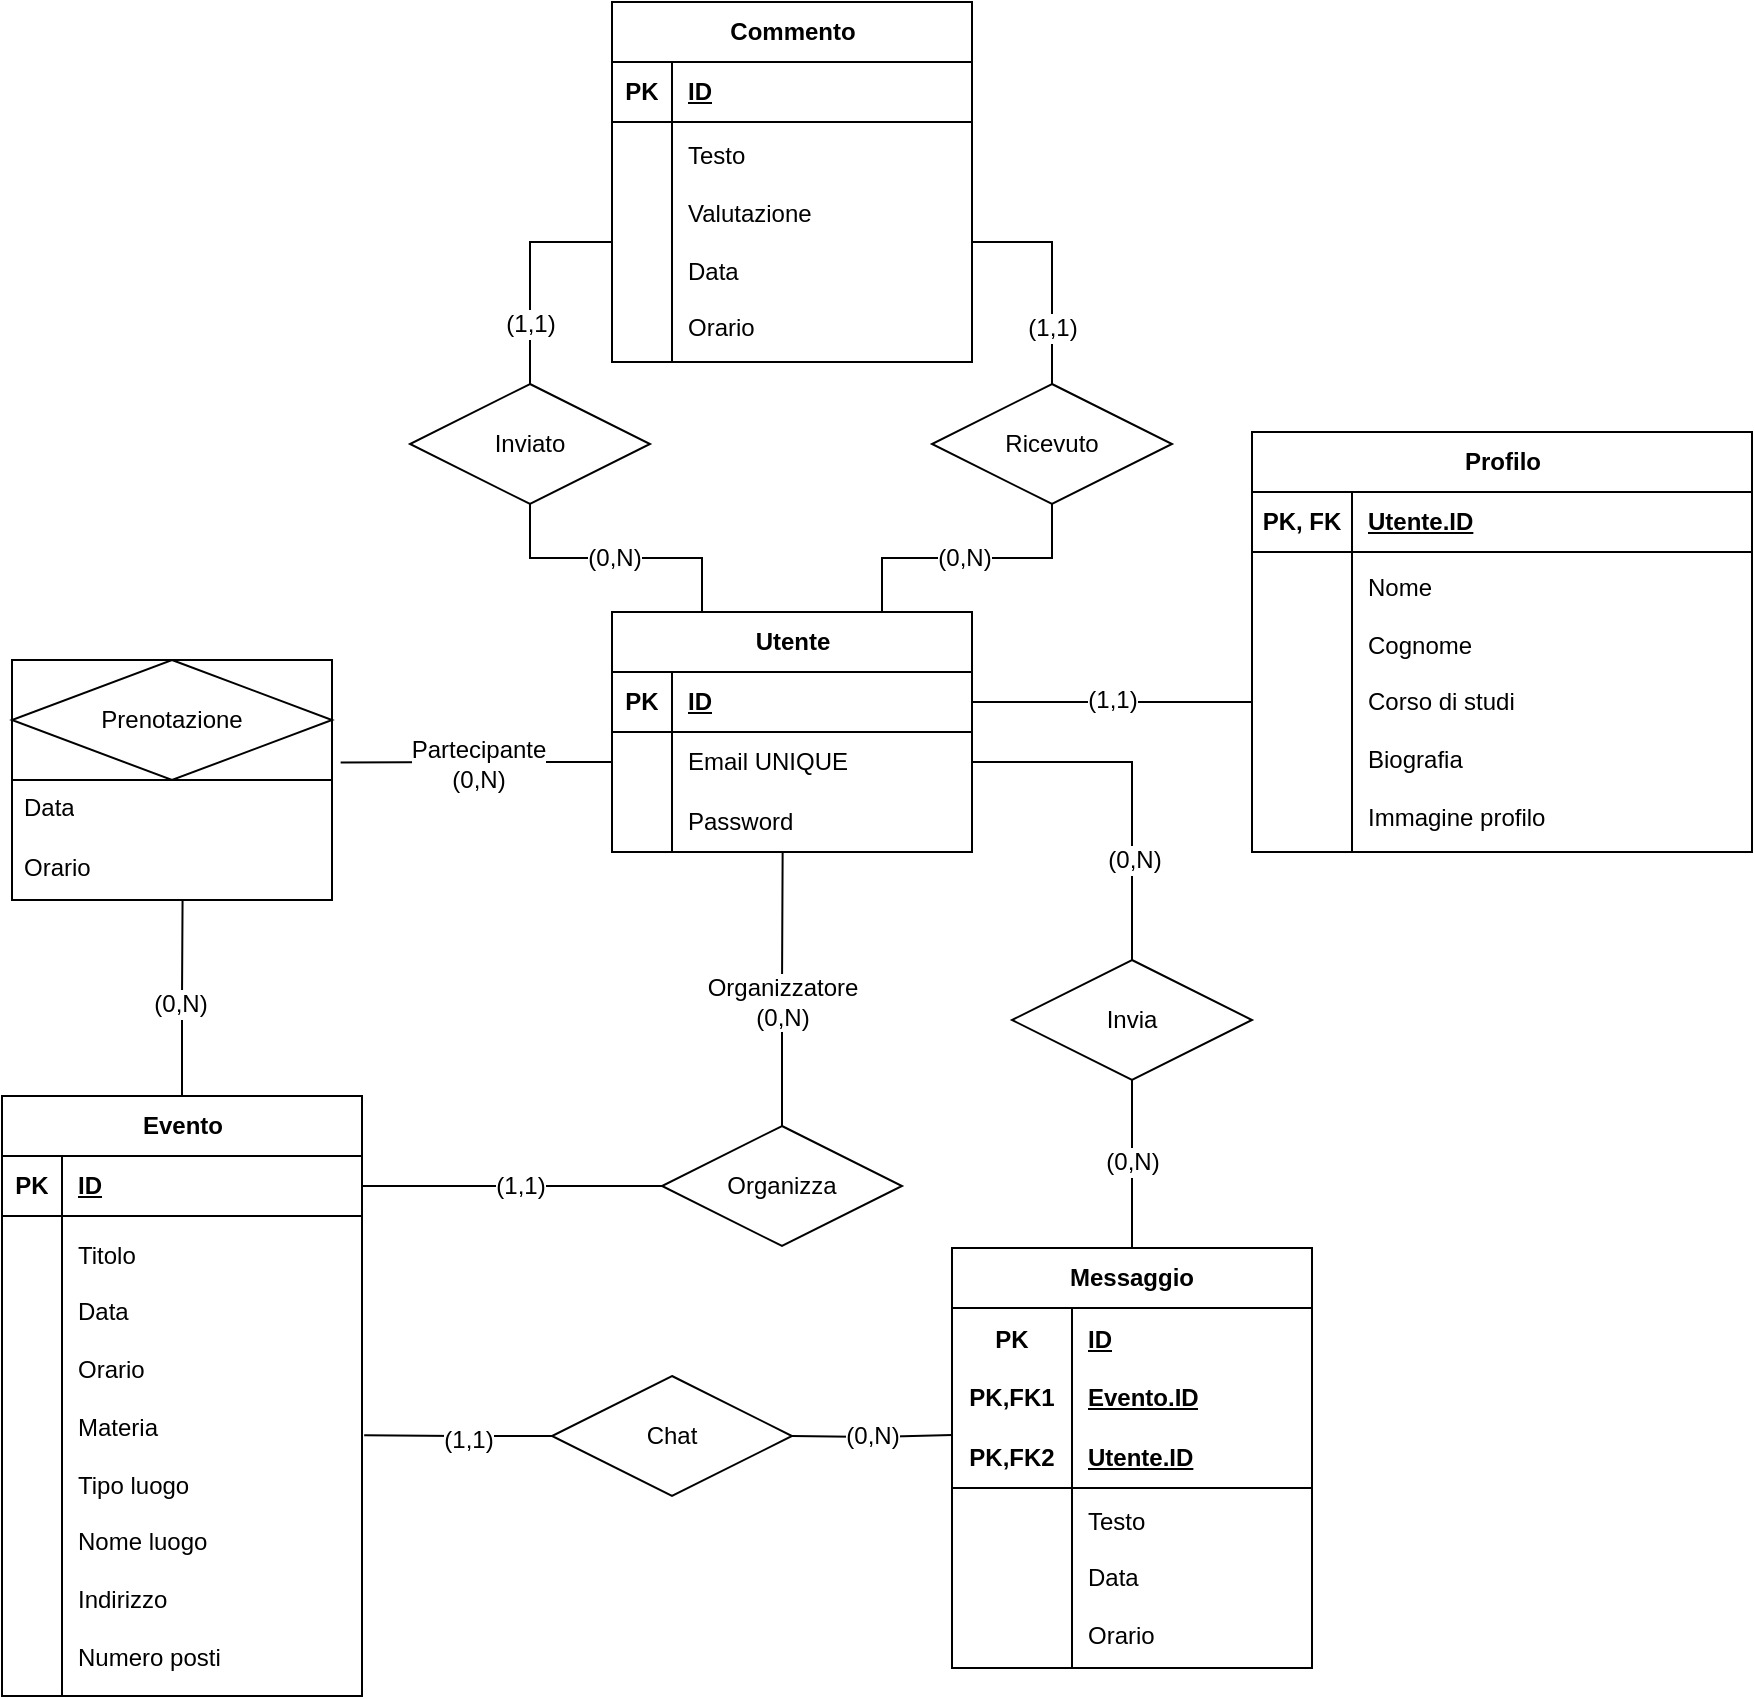
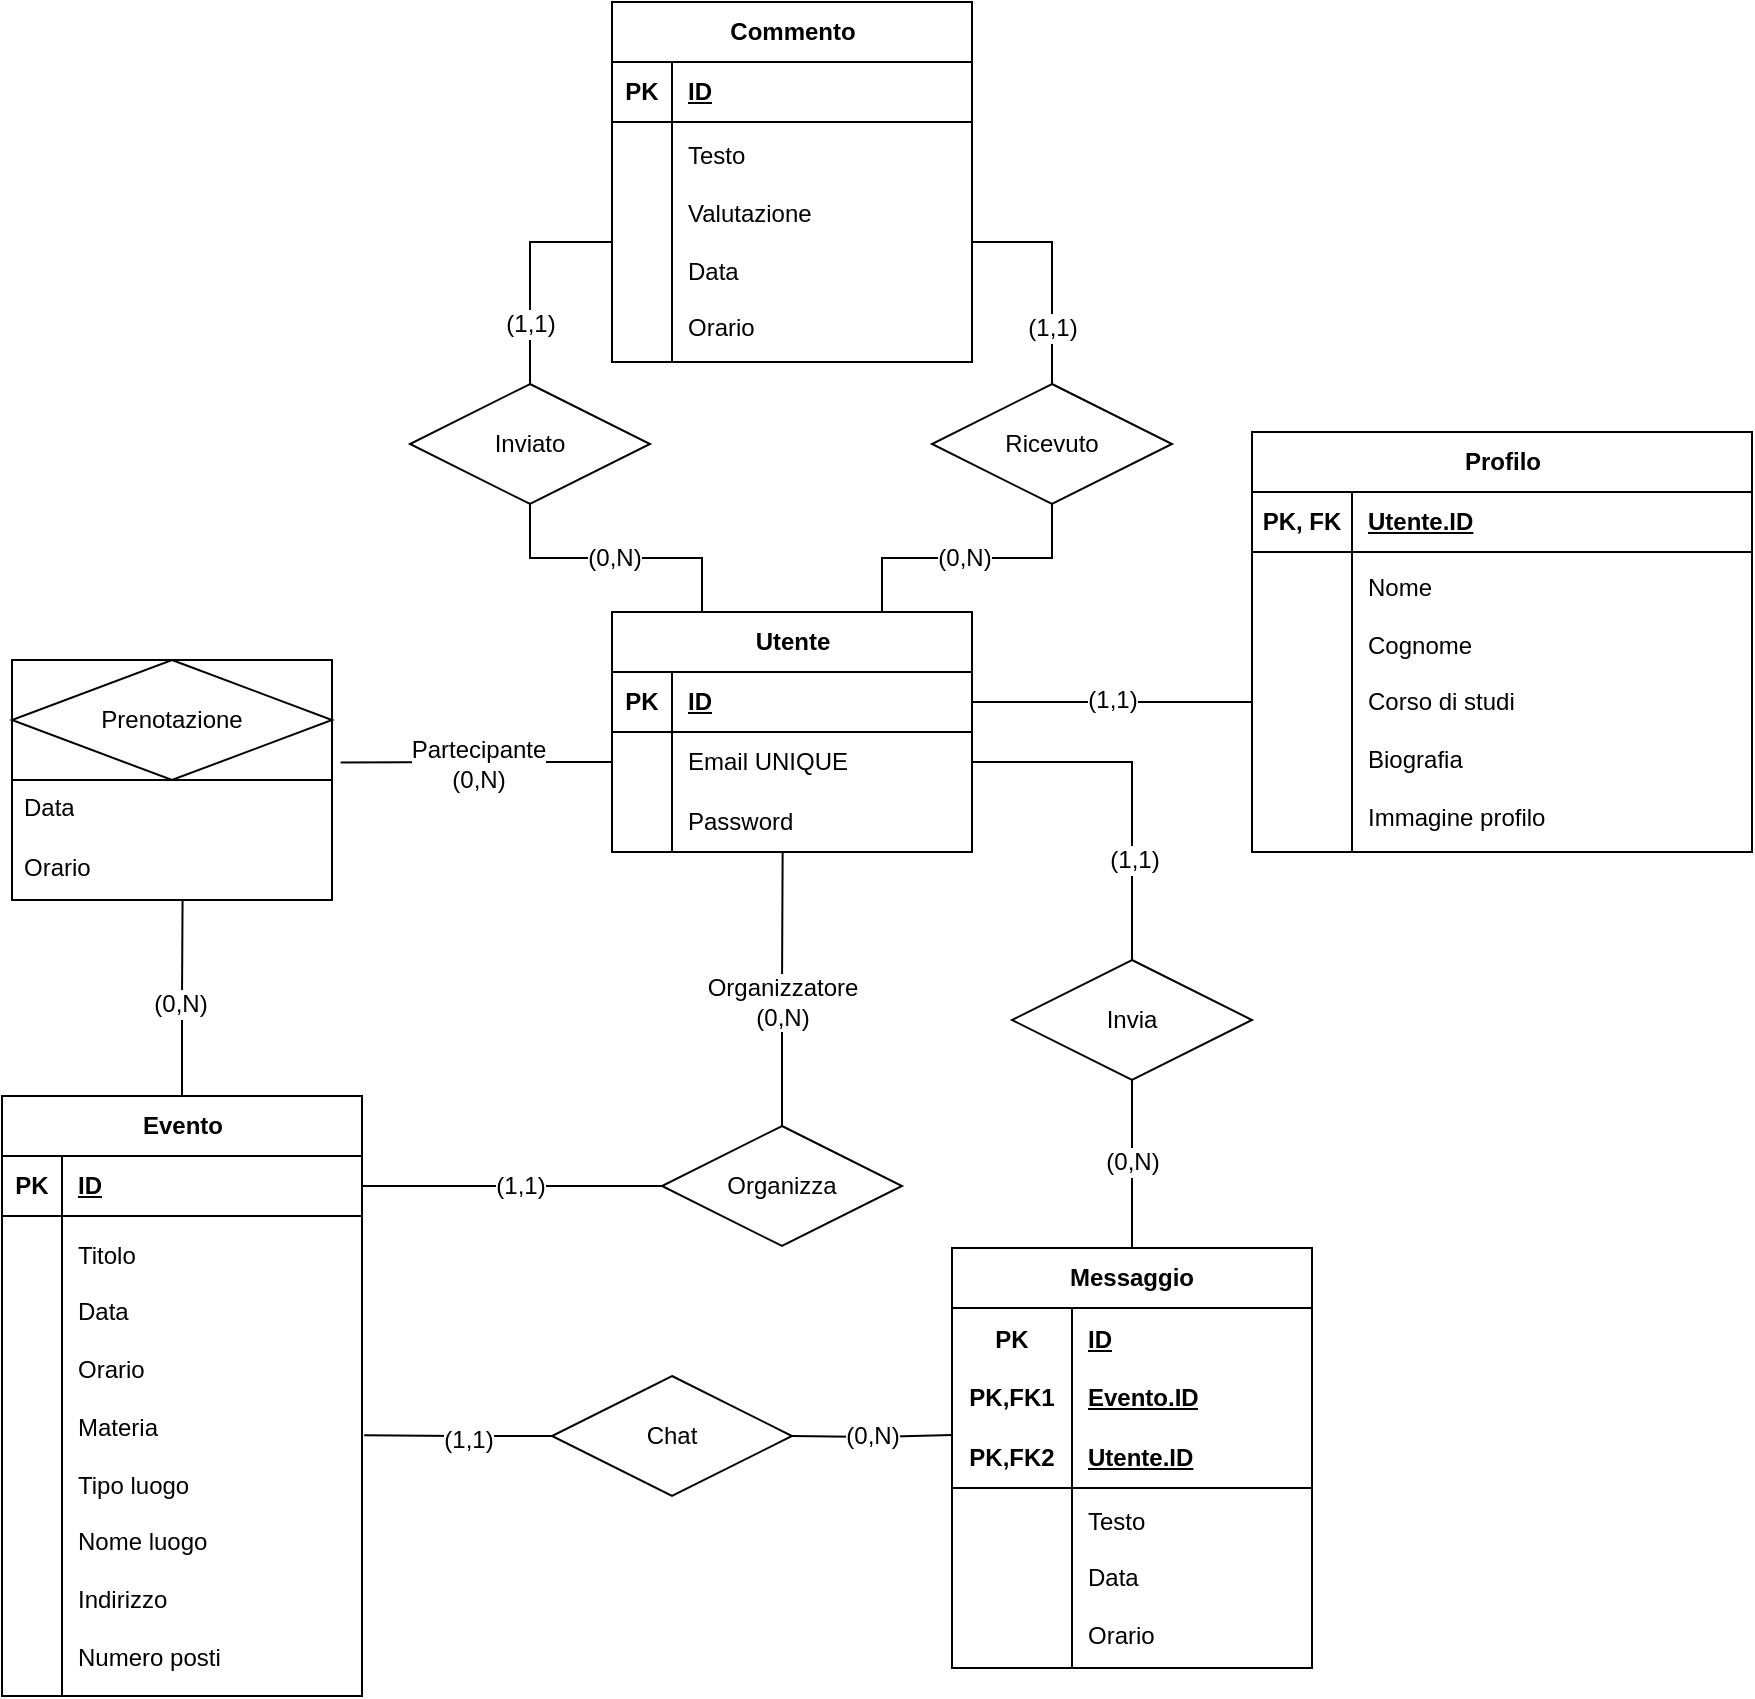
<mxfile host="app.diagrams.net">
  <diagram name="Pagina-1" id="zTTALqqD8f6o9x6lKQ23">
-     <mxGraphModel dx="2481" dy="1980" grid="1" gridSize="10" guides="1" tooltips="1" connect="1" arrows="1" fold="1" page="1" pageScale="1" pageWidth="827" pageHeight="1169" math="0" shadow="0">
+     <mxGraphModel dx="1305" dy="1403" grid="1" gridSize="10" guides="1" tooltips="1" connect="1" arrows="1" fold="1" page="1" pageScale="1" pageWidth="827" pageHeight="1169" math="0" shadow="0">
      <root>
        <mxCell id="0" />
        <mxCell id="1" parent="0" />
        <mxCell id="wTqorihzlgi-Jc94d4TM-1" parent="1" style="shape=table;startSize=30;container=1;collapsible=1;childLayout=tableLayout;fixedRows=1;rowLines=0;fontStyle=1;align=center;resizeLast=1;html=1;" value="Utente" vertex="1">
          <mxGeometry height="120" width="180" x="140" y="-100" as="geometry" />
        </mxCell>
        <mxCell id="wTqorihzlgi-Jc94d4TM-2" parent="wTqorihzlgi-Jc94d4TM-1" style="shape=tableRow;horizontal=0;startSize=0;swimlaneHead=0;swimlaneBody=0;fillColor=none;collapsible=0;dropTarget=0;points=[[0,0.5],[1,0.5]];portConstraint=eastwest;top=0;left=0;right=0;bottom=1;" value="" vertex="1">
          <mxGeometry height="30" width="180" y="30" as="geometry" />
        </mxCell>
        <mxCell id="wTqorihzlgi-Jc94d4TM-3" parent="wTqorihzlgi-Jc94d4TM-2" style="shape=partialRectangle;connectable=0;fillColor=none;top=0;left=0;bottom=0;right=0;fontStyle=1;overflow=hidden;whiteSpace=wrap;html=1;" value="PK" vertex="1">
          <mxGeometry height="30" width="30" as="geometry">
            <mxRectangle height="30" width="30" as="alternateBounds" />
          </mxGeometry>
        </mxCell>
        <mxCell id="wTqorihzlgi-Jc94d4TM-4" parent="wTqorihzlgi-Jc94d4TM-2" style="shape=partialRectangle;connectable=0;fillColor=none;top=0;left=0;bottom=0;right=0;align=left;spacingLeft=6;fontStyle=5;overflow=hidden;whiteSpace=wrap;html=1;" value="ID" vertex="1">
          <mxGeometry height="30" width="150" x="30" as="geometry">
            <mxRectangle height="30" width="150" as="alternateBounds" />
          </mxGeometry>
        </mxCell>
        <mxCell id="wTqorihzlgi-Jc94d4TM-5" parent="wTqorihzlgi-Jc94d4TM-1" style="shape=tableRow;horizontal=0;startSize=0;swimlaneHead=0;swimlaneBody=0;fillColor=none;collapsible=0;dropTarget=0;points=[[0,0.5],[1,0.5]];portConstraint=eastwest;top=0;left=0;right=0;bottom=0;" value="" vertex="1">
          <mxGeometry height="30" width="180" y="60" as="geometry" />
        </mxCell>
        <mxCell id="wTqorihzlgi-Jc94d4TM-6" parent="wTqorihzlgi-Jc94d4TM-5" style="shape=partialRectangle;connectable=0;fillColor=none;top=0;left=0;bottom=0;right=0;editable=1;overflow=hidden;whiteSpace=wrap;html=1;" value="" vertex="1">
          <mxGeometry height="30" width="30" as="geometry">
            <mxRectangle height="30" width="30" as="alternateBounds" />
          </mxGeometry>
        </mxCell>
        <mxCell id="wTqorihzlgi-Jc94d4TM-7" parent="wTqorihzlgi-Jc94d4TM-5" style="shape=partialRectangle;connectable=0;fillColor=none;top=0;left=0;bottom=0;right=0;align=left;spacingLeft=6;overflow=hidden;whiteSpace=wrap;html=1;" value="Email UNIQUE" vertex="1">
          <mxGeometry height="30" width="150" x="30" as="geometry">
            <mxRectangle height="30" width="150" as="alternateBounds" />
          </mxGeometry>
        </mxCell>
        <mxCell id="wTqorihzlgi-Jc94d4TM-8" parent="wTqorihzlgi-Jc94d4TM-1" style="shape=tableRow;horizontal=0;startSize=0;swimlaneHead=0;swimlaneBody=0;fillColor=none;collapsible=0;dropTarget=0;points=[[0,0.5],[1,0.5]];portConstraint=eastwest;top=0;left=0;right=0;bottom=0;" value="" vertex="1">
          <mxGeometry height="30" width="180" y="90" as="geometry" />
        </mxCell>
        <mxCell id="wTqorihzlgi-Jc94d4TM-9" parent="wTqorihzlgi-Jc94d4TM-8" style="shape=partialRectangle;connectable=0;fillColor=none;top=0;left=0;bottom=0;right=0;editable=1;overflow=hidden;whiteSpace=wrap;html=1;" value="" vertex="1">
          <mxGeometry height="30" width="30" as="geometry">
            <mxRectangle height="30" width="30" as="alternateBounds" />
          </mxGeometry>
        </mxCell>
        <mxCell id="wTqorihzlgi-Jc94d4TM-10" parent="wTqorihzlgi-Jc94d4TM-8" style="shape=partialRectangle;connectable=0;fillColor=none;top=0;left=0;bottom=0;right=0;align=left;spacingLeft=6;overflow=hidden;whiteSpace=wrap;html=1;" value="Password" vertex="1">
          <mxGeometry height="30" width="150" x="30" as="geometry">
            <mxRectangle height="30" width="150" as="alternateBounds" />
          </mxGeometry>
        </mxCell>
        <mxCell id="wTqorihzlgi-Jc94d4TM-24" parent="1" style="shape=table;startSize=30;container=1;collapsible=1;childLayout=tableLayout;fixedRows=1;rowLines=0;fontStyle=1;align=center;resizeLast=0;html=1;columnLines=1;resizeHeight=0;top=1;bottom=1;left=1;" value="Profilo" vertex="1">
          <mxGeometry height="210" width="250" x="460" y="-190" as="geometry" />
        </mxCell>
        <mxCell id="wTqorihzlgi-Jc94d4TM-25" parent="wTqorihzlgi-Jc94d4TM-24" style="shape=tableRow;horizontal=0;startSize=0;swimlaneHead=0;swimlaneBody=0;fillColor=none;collapsible=0;dropTarget=0;points=[[0,0.5],[1,0.5]];portConstraint=eastwest;top=0;left=0;right=0;bottom=1;" value="" vertex="1">
          <mxGeometry height="30" width="250" y="30" as="geometry" />
        </mxCell>
        <mxCell id="wTqorihzlgi-Jc94d4TM-26" parent="wTqorihzlgi-Jc94d4TM-25" style="shape=partialRectangle;connectable=0;fillColor=none;top=0;left=0;bottom=0;right=0;fontStyle=1;overflow=hidden;whiteSpace=wrap;html=1;" value="PK, FK" vertex="1">
          <mxGeometry height="30" width="50" as="geometry">
            <mxRectangle height="30" width="50" as="alternateBounds" />
          </mxGeometry>
        </mxCell>
        <mxCell id="wTqorihzlgi-Jc94d4TM-27" parent="wTqorihzlgi-Jc94d4TM-25" style="shape=partialRectangle;connectable=0;fillColor=none;top=0;left=0;bottom=0;right=0;align=left;spacingLeft=6;fontStyle=5;overflow=hidden;whiteSpace=wrap;html=1;" value="Utente.ID" vertex="1">
          <mxGeometry height="30" width="200" x="50" as="geometry">
            <mxRectangle height="30" width="200" as="alternateBounds" />
          </mxGeometry>
        </mxCell>
        <mxCell id="wTqorihzlgi-Jc94d4TM-34" parent="wTqorihzlgi-Jc94d4TM-24" style="shape=tableRow;horizontal=0;startSize=0;swimlaneHead=0;swimlaneBody=0;fillColor=none;collapsible=0;dropTarget=0;points=[[0,0.5],[1,0.5]];portConstraint=eastwest;top=0;left=0;right=0;bottom=0;" value="" vertex="1">
          <mxGeometry height="150" width="250" y="60" as="geometry" />
        </mxCell>
        <mxCell id="wTqorihzlgi-Jc94d4TM-35" parent="wTqorihzlgi-Jc94d4TM-34" style="shape=partialRectangle;connectable=0;fillColor=none;top=0;left=0;bottom=0;right=0;editable=1;overflow=hidden;whiteSpace=wrap;html=1;" value="" vertex="1">
          <mxGeometry height="150" width="50" as="geometry">
            <mxRectangle height="150" width="50" as="alternateBounds" />
          </mxGeometry>
        </mxCell>
        <mxCell id="wTqorihzlgi-Jc94d4TM-36" parent="wTqorihzlgi-Jc94d4TM-34" style="shape=partialRectangle;connectable=0;fillColor=none;top=0;left=0;bottom=0;right=0;align=left;spacingLeft=6;overflow=hidden;whiteSpace=wrap;html=1;" value="Nome&lt;div&gt;&lt;br&gt;&lt;/div&gt;&lt;div&gt;Cognome&lt;/div&gt;&lt;div&gt;&lt;br&gt;&lt;/div&gt;&lt;div&gt;Corso di studi&lt;/div&gt;&lt;div&gt;&lt;br&gt;&lt;/div&gt;&lt;div&gt;Biografia&lt;/div&gt;&lt;div&gt;&lt;br&gt;&lt;/div&gt;&lt;div&gt;Immagine profilo&lt;/div&gt;" vertex="1">
          <mxGeometry height="150" width="200" x="50" as="geometry">
            <mxRectangle height="150" width="200" as="alternateBounds" />
          </mxGeometry>
        </mxCell>
        <mxCell id="wTqorihzlgi-Jc94d4TM-47" edge="1" parent="1" source="wTqorihzlgi-Jc94d4TM-34" style="edgeStyle=orthogonalEdgeStyle;rounded=0;orthogonalLoop=1;jettySize=auto;html=1;exitX=0;exitY=0.5;exitDx=0;exitDy=0;entryX=1;entryY=0.5;entryDx=0;entryDy=0;endArrow=none;endFill=0;" target="wTqorihzlgi-Jc94d4TM-2">
          <mxGeometry relative="1" as="geometry" />
        </mxCell>
        <mxCell id="wTqorihzlgi-Jc94d4TM-192" connectable="0" parent="wTqorihzlgi-Jc94d4TM-47" style="edgeLabel;html=1;align=center;verticalAlign=middle;resizable=0;points=[];" value="&lt;font style=&quot;font-size: 12px;&quot;&gt;(1,1)&lt;/font&gt;" vertex="1">
          <mxGeometry relative="1" x="-0.0018" y="-1" as="geometry">
            <mxPoint as="offset" />
          </mxGeometry>
        </mxCell>
        <mxCell id="wTqorihzlgi-Jc94d4TM-61" parent="1" style="shape=table;startSize=30;container=1;collapsible=1;childLayout=tableLayout;fixedRows=1;rowLines=0;fontStyle=1;align=center;resizeLast=1;html=1;" value="Evento" vertex="1">
          <mxGeometry height="300" width="180" x="-165" y="142" as="geometry" />
        </mxCell>
        <mxCell id="wTqorihzlgi-Jc94d4TM-62" parent="wTqorihzlgi-Jc94d4TM-61" style="shape=tableRow;horizontal=0;startSize=0;swimlaneHead=0;swimlaneBody=0;fillColor=none;collapsible=0;dropTarget=0;points=[[0,0.5],[1,0.5]];portConstraint=eastwest;top=0;left=0;right=0;bottom=1;" value="" vertex="1">
          <mxGeometry height="30" width="180" y="30" as="geometry" />
        </mxCell>
        <mxCell id="wTqorihzlgi-Jc94d4TM-63" parent="wTqorihzlgi-Jc94d4TM-62" style="shape=partialRectangle;connectable=0;fillColor=none;top=0;left=0;bottom=0;right=0;fontStyle=1;overflow=hidden;whiteSpace=wrap;html=1;" value="PK" vertex="1">
          <mxGeometry height="30" width="30" as="geometry">
            <mxRectangle height="30" width="30" as="alternateBounds" />
          </mxGeometry>
        </mxCell>
        <mxCell id="wTqorihzlgi-Jc94d4TM-64" parent="wTqorihzlgi-Jc94d4TM-62" style="shape=partialRectangle;connectable=0;fillColor=none;top=0;left=0;bottom=0;right=0;align=left;spacingLeft=6;fontStyle=5;overflow=hidden;whiteSpace=wrap;html=1;" value="ID" vertex="1">
          <mxGeometry height="30" width="150" x="30" as="geometry">
            <mxRectangle height="30" width="150" as="alternateBounds" />
          </mxGeometry>
        </mxCell>
        <mxCell id="wTqorihzlgi-Jc94d4TM-65" parent="wTqorihzlgi-Jc94d4TM-61" style="shape=tableRow;horizontal=0;startSize=0;swimlaneHead=0;swimlaneBody=0;fillColor=none;collapsible=0;dropTarget=0;points=[[0,0.5],[1,0.5]];portConstraint=eastwest;top=0;left=0;right=0;bottom=0;" value="" vertex="1">
          <mxGeometry height="240" width="180" y="60" as="geometry" />
        </mxCell>
        <mxCell id="wTqorihzlgi-Jc94d4TM-66" parent="wTqorihzlgi-Jc94d4TM-65" style="shape=partialRectangle;connectable=0;fillColor=none;top=0;left=0;bottom=0;right=0;editable=1;overflow=hidden;whiteSpace=wrap;html=1;" value="" vertex="1">
          <mxGeometry height="240" width="30" as="geometry">
            <mxRectangle height="240" width="30" as="alternateBounds" />
          </mxGeometry>
        </mxCell>
        <mxCell id="wTqorihzlgi-Jc94d4TM-67" parent="wTqorihzlgi-Jc94d4TM-65" style="shape=partialRectangle;connectable=0;fillColor=none;top=0;left=0;bottom=0;right=0;align=left;spacingLeft=6;overflow=hidden;whiteSpace=wrap;html=1;" value="&lt;div&gt;&lt;span style=&quot;background-color: transparent; color: light-dark(rgb(0, 0, 0), rgb(255, 255, 255));&quot;&gt;Titolo&lt;/span&gt;&lt;/div&gt;&lt;div&gt;&lt;br&gt;&lt;/div&gt;&lt;div&gt;Data&lt;/div&gt;&lt;div&gt;&lt;br&gt;&lt;/div&gt;&lt;div&gt;Orario&lt;/div&gt;&lt;div&gt;&lt;br&gt;&lt;/div&gt;&lt;div&gt;Materia&lt;/div&gt;&lt;div&gt;&lt;br&gt;&lt;/div&gt;&lt;div&gt;Tipo luogo&lt;/div&gt;&lt;div&gt;&lt;br&gt;&lt;/div&gt;&lt;div&gt;Nome luogo&lt;/div&gt;&lt;div&gt;&lt;br&gt;&lt;/div&gt;&lt;div&gt;Indirizzo&lt;/div&gt;&lt;div&gt;&lt;br&gt;&lt;/div&gt;&lt;div&gt;Numero posti&lt;/div&gt;" vertex="1">
          <mxGeometry height="240" width="150" x="30" as="geometry">
            <mxRectangle height="240" width="150" as="alternateBounds" />
          </mxGeometry>
        </mxCell>
        <mxCell id="wTqorihzlgi-Jc94d4TM-90" parent="1" style="swimlane;fontStyle=0;childLayout=stackLayout;horizontal=1;startSize=0;horizontalStack=0;resizeParent=1;resizeParentMax=0;resizeLast=0;collapsible=1;marginBottom=0;align=center;fontSize=14;" value="" vertex="1">
          <mxGeometry height="120" width="160" x="-160" y="-76" as="geometry">
            <mxRectangle height="40" width="50" x="55" y="340" as="alternateBounds" />
          </mxGeometry>
        </mxCell>
        <mxCell id="wTqorihzlgi-Jc94d4TM-94" parent="wTqorihzlgi-Jc94d4TM-90" style="shape=associativeEntity;whiteSpace=wrap;html=1;align=center;" value="Prenotazione" vertex="1">
          <mxGeometry height="60" width="160" as="geometry" />
        </mxCell>
        <mxCell id="wTqorihzlgi-Jc94d4TM-91" parent="wTqorihzlgi-Jc94d4TM-90" style="text;strokeColor=none;fillColor=none;spacingLeft=4;spacingRight=4;overflow=hidden;rotatable=0;points=[[0,0.5],[1,0.5]];portConstraint=eastwest;fontSize=12;whiteSpace=wrap;html=1;" value="Data" vertex="1">
          <mxGeometry height="30" width="160" y="60" as="geometry" />
        </mxCell>
        <mxCell id="wTqorihzlgi-Jc94d4TM-92" parent="wTqorihzlgi-Jc94d4TM-90" style="text;strokeColor=none;fillColor=none;spacingLeft=4;spacingRight=4;overflow=hidden;rotatable=0;points=[[0,0.5],[1,0.5]];portConstraint=eastwest;fontSize=12;whiteSpace=wrap;html=1;" value="Orario" vertex="1">
          <mxGeometry height="30" width="160" y="90" as="geometry" />
        </mxCell>
        <mxCell id="wTqorihzlgi-Jc94d4TM-95" edge="1" parent="1" source="wTqorihzlgi-Jc94d4TM-5" style="edgeStyle=orthogonalEdgeStyle;rounded=0;orthogonalLoop=1;jettySize=auto;html=1;exitX=0;exitY=0.5;exitDx=0;exitDy=0;entryX=1.027;entryY=0.427;entryDx=0;entryDy=0;endArrow=none;endFill=0;entryPerimeter=0;" target="wTqorihzlgi-Jc94d4TM-90">
          <mxGeometry relative="1" as="geometry" />
        </mxCell>
        <mxCell id="wTqorihzlgi-Jc94d4TM-126" connectable="0" parent="wTqorihzlgi-Jc94d4TM-95" style="edgeLabel;html=1;align=center;verticalAlign=middle;resizable=0;points=[];" value="&lt;font style=&quot;font-size: 12px;&quot;&gt;Partecipante&lt;/font&gt;&lt;div&gt;&lt;font style=&quot;font-size: 12px;&quot;&gt;(0,N)&lt;/font&gt;&lt;/div&gt;" vertex="1">
          <mxGeometry relative="1" x="-0.0434" y="1" as="geometry">
            <mxPoint x="-2" as="offset" />
          </mxGeometry>
        </mxCell>
        <mxCell id="wTqorihzlgi-Jc94d4TM-96" edge="1" parent="1" source="wTqorihzlgi-Jc94d4TM-61" style="edgeStyle=orthogonalEdgeStyle;rounded=0;orthogonalLoop=1;jettySize=auto;html=1;exitX=0.5;exitY=0;exitDx=0;exitDy=0;entryX=0.533;entryY=1.008;entryDx=0;entryDy=0;entryPerimeter=0;endArrow=none;endFill=0;" target="wTqorihzlgi-Jc94d4TM-92">
          <mxGeometry relative="1" as="geometry" />
        </mxCell>
        <mxCell id="wTqorihzlgi-Jc94d4TM-193" connectable="0" parent="wTqorihzlgi-Jc94d4TM-96" style="edgeLabel;html=1;align=center;verticalAlign=middle;resizable=0;points=[];" value="&lt;font style=&quot;font-size: 12px;&quot;&gt;(0,N)&lt;/font&gt;" vertex="1">
          <mxGeometry relative="1" x="-0.0516" y="1" as="geometry">
            <mxPoint as="offset" />
          </mxGeometry>
        </mxCell>
        <mxCell id="wTqorihzlgi-Jc94d4TM-119" edge="1" parent="1" source="wTqorihzlgi-Jc94d4TM-102" style="edgeStyle=orthogonalEdgeStyle;rounded=0;orthogonalLoop=1;jettySize=auto;html=1;exitX=0.5;exitY=1;exitDx=0;exitDy=0;entryX=0.25;entryY=0;entryDx=0;entryDy=0;endArrow=none;endFill=0;" target="wTqorihzlgi-Jc94d4TM-1">
          <mxGeometry relative="1" as="geometry" />
        </mxCell>
        <mxCell id="wTqorihzlgi-Jc94d4TM-190" connectable="0" parent="wTqorihzlgi-Jc94d4TM-119" style="edgeLabel;html=1;align=center;verticalAlign=middle;resizable=0;points=[];" value="&lt;font style=&quot;font-size: 12px;&quot;&gt;(0,N)&lt;/font&gt;" vertex="1">
          <mxGeometry relative="1" x="-0.0109" as="geometry">
            <mxPoint as="offset" />
          </mxGeometry>
        </mxCell>
        <mxCell id="wTqorihzlgi-Jc94d4TM-102" parent="1" style="shape=rhombus;perimeter=rhombusPerimeter;whiteSpace=wrap;html=1;align=center;" value="Inviato" vertex="1">
          <mxGeometry height="60" width="120" x="39" y="-214" as="geometry" />
        </mxCell>
        <mxCell id="wTqorihzlgi-Jc94d4TM-118" edge="1" parent="1" source="wTqorihzlgi-Jc94d4TM-103" style="edgeStyle=orthogonalEdgeStyle;rounded=0;orthogonalLoop=1;jettySize=auto;html=1;exitX=0.5;exitY=1;exitDx=0;exitDy=0;entryX=0.75;entryY=0;entryDx=0;entryDy=0;endArrow=none;endFill=0;" target="wTqorihzlgi-Jc94d4TM-1">
          <mxGeometry relative="1" as="geometry" />
        </mxCell>
        <mxCell id="wTqorihzlgi-Jc94d4TM-191" connectable="0" parent="wTqorihzlgi-Jc94d4TM-118" style="edgeLabel;html=1;align=center;verticalAlign=middle;resizable=0;points=[];" value="&lt;font style=&quot;font-size: 12px;&quot;&gt;(0,N)&lt;/font&gt;" vertex="1">
          <mxGeometry relative="1" x="0.0199" as="geometry">
            <mxPoint as="offset" />
          </mxGeometry>
        </mxCell>
        <mxCell id="wTqorihzlgi-Jc94d4TM-103" parent="1" style="shape=rhombus;perimeter=rhombusPerimeter;whiteSpace=wrap;html=1;align=center;" value="Ricevuto" vertex="1">
          <mxGeometry height="60" width="120" x="300" y="-214" as="geometry" />
        </mxCell>
        <mxCell id="wTqorihzlgi-Jc94d4TM-104" parent="1" style="shape=table;startSize=30;container=1;collapsible=1;childLayout=tableLayout;fixedRows=1;rowLines=0;fontStyle=1;align=center;resizeLast=1;html=1;" value="Commento" vertex="1">
          <mxGeometry height="180" width="180" x="140" y="-405" as="geometry" />
        </mxCell>
        <mxCell id="wTqorihzlgi-Jc94d4TM-105" parent="wTqorihzlgi-Jc94d4TM-104" style="shape=tableRow;horizontal=0;startSize=0;swimlaneHead=0;swimlaneBody=0;fillColor=none;collapsible=0;dropTarget=0;points=[[0,0.5],[1,0.5]];portConstraint=eastwest;top=0;left=0;right=0;bottom=1;" value="" vertex="1">
          <mxGeometry height="30" width="180" y="30" as="geometry" />
        </mxCell>
        <mxCell id="wTqorihzlgi-Jc94d4TM-106" parent="wTqorihzlgi-Jc94d4TM-105" style="shape=partialRectangle;connectable=0;fillColor=none;top=0;left=0;bottom=0;right=0;fontStyle=1;overflow=hidden;whiteSpace=wrap;html=1;" value="PK" vertex="1">
          <mxGeometry height="30" width="30" as="geometry">
            <mxRectangle height="30" width="30" as="alternateBounds" />
          </mxGeometry>
        </mxCell>
        <mxCell id="wTqorihzlgi-Jc94d4TM-107" parent="wTqorihzlgi-Jc94d4TM-105" style="shape=partialRectangle;connectable=0;fillColor=none;top=0;left=0;bottom=0;right=0;align=left;spacingLeft=6;fontStyle=5;overflow=hidden;whiteSpace=wrap;html=1;" value="ID" vertex="1">
          <mxGeometry height="30" width="150" x="30" as="geometry">
            <mxRectangle height="30" width="150" as="alternateBounds" />
          </mxGeometry>
        </mxCell>
        <mxCell id="wTqorihzlgi-Jc94d4TM-108" parent="wTqorihzlgi-Jc94d4TM-104" style="shape=tableRow;horizontal=0;startSize=0;swimlaneHead=0;swimlaneBody=0;fillColor=none;collapsible=0;dropTarget=0;points=[[0,0.5],[1,0.5]];portConstraint=eastwest;top=0;left=0;right=0;bottom=0;" value="" vertex="1">
          <mxGeometry height="120" width="180" y="60" as="geometry" />
        </mxCell>
        <mxCell id="wTqorihzlgi-Jc94d4TM-109" parent="wTqorihzlgi-Jc94d4TM-108" style="shape=partialRectangle;connectable=0;fillColor=none;top=0;left=0;bottom=0;right=0;editable=1;overflow=hidden;whiteSpace=wrap;html=1;" value="" vertex="1">
          <mxGeometry height="120" width="30" as="geometry">
            <mxRectangle height="120" width="30" as="alternateBounds" />
          </mxGeometry>
        </mxCell>
        <mxCell id="wTqorihzlgi-Jc94d4TM-110" parent="wTqorihzlgi-Jc94d4TM-108" style="shape=partialRectangle;connectable=0;fillColor=none;top=0;left=0;bottom=0;right=0;align=left;spacingLeft=6;overflow=hidden;whiteSpace=wrap;html=1;" value="Testo&lt;div&gt;&lt;br&gt;&lt;/div&gt;&lt;div&gt;Valutazione&lt;/div&gt;&lt;div&gt;&lt;br&gt;&lt;/div&gt;&lt;div&gt;Data&lt;/div&gt;&lt;div&gt;&lt;br&gt;&lt;/div&gt;&lt;div&gt;Orario&lt;/div&gt;" vertex="1">
          <mxGeometry height="120" width="150" x="30" as="geometry">
            <mxRectangle height="120" width="150" as="alternateBounds" />
          </mxGeometry>
        </mxCell>
        <mxCell id="wTqorihzlgi-Jc94d4TM-117" edge="1" parent="1" source="wTqorihzlgi-Jc94d4TM-108" style="edgeStyle=orthogonalEdgeStyle;rounded=0;orthogonalLoop=1;jettySize=auto;html=1;exitX=1;exitY=0.5;exitDx=0;exitDy=0;entryX=0.5;entryY=0;entryDx=0;entryDy=0;endArrow=none;endFill=0;" target="wTqorihzlgi-Jc94d4TM-103">
          <mxGeometry relative="1" as="geometry" />
        </mxCell>
        <mxCell id="wTqorihzlgi-Jc94d4TM-189" connectable="0" parent="wTqorihzlgi-Jc94d4TM-117" style="edgeLabel;html=1;align=center;verticalAlign=middle;resizable=0;points=[];" value="&lt;font style=&quot;font-size: 12px;&quot;&gt;(1,1)&lt;/font&gt;" vertex="1">
          <mxGeometry relative="1" x="0.4821" as="geometry">
            <mxPoint as="offset" />
          </mxGeometry>
        </mxCell>
        <mxCell id="wTqorihzlgi-Jc94d4TM-120" edge="1" parent="1" source="wTqorihzlgi-Jc94d4TM-108" style="edgeStyle=orthogonalEdgeStyle;rounded=0;orthogonalLoop=1;jettySize=auto;html=1;exitX=0;exitY=0.5;exitDx=0;exitDy=0;entryX=0.5;entryY=0;entryDx=0;entryDy=0;endArrow=none;endFill=0;" target="wTqorihzlgi-Jc94d4TM-102">
          <mxGeometry relative="1" as="geometry" />
        </mxCell>
        <mxCell id="wTqorihzlgi-Jc94d4TM-188" connectable="0" parent="wTqorihzlgi-Jc94d4TM-120" style="edgeLabel;html=1;align=center;verticalAlign=middle;resizable=0;points=[];" value="&lt;font style=&quot;font-size: 12px;&quot;&gt;(1,1)&lt;/font&gt;" vertex="1">
          <mxGeometry relative="1" x="0.4687" as="geometry">
            <mxPoint as="offset" />
          </mxGeometry>
        </mxCell>
        <mxCell id="wTqorihzlgi-Jc94d4TM-121" parent="1" style="shape=rhombus;perimeter=rhombusPerimeter;whiteSpace=wrap;html=1;align=center;" value="Organizza" vertex="1">
          <mxGeometry height="60" width="120" x="165" y="157" as="geometry" />
        </mxCell>
        <mxCell id="wTqorihzlgi-Jc94d4TM-123" edge="1" parent="1" source="wTqorihzlgi-Jc94d4TM-62" style="edgeStyle=orthogonalEdgeStyle;rounded=0;orthogonalLoop=1;jettySize=auto;html=1;exitX=1;exitY=0.5;exitDx=0;exitDy=0;entryX=0;entryY=0.5;entryDx=0;entryDy=0;endArrow=none;endFill=0;" target="wTqorihzlgi-Jc94d4TM-121">
          <mxGeometry relative="1" as="geometry" />
        </mxCell>
        <mxCell id="wTqorihzlgi-Jc94d4TM-195" connectable="0" parent="wTqorihzlgi-Jc94d4TM-123" style="edgeLabel;html=1;align=center;verticalAlign=middle;resizable=0;points=[];" value="&lt;font style=&quot;font-size: 12px;&quot;&gt;(1,1)&lt;/font&gt;" vertex="1">
          <mxGeometry relative="1" x="0.0506" as="geometry">
            <mxPoint as="offset" />
          </mxGeometry>
        </mxCell>
        <mxCell id="wTqorihzlgi-Jc94d4TM-124" edge="1" parent="1" source="wTqorihzlgi-Jc94d4TM-121" style="edgeStyle=orthogonalEdgeStyle;rounded=0;orthogonalLoop=1;jettySize=auto;html=1;exitX=0.5;exitY=0;exitDx=0;exitDy=0;entryX=0.474;entryY=1.008;entryDx=0;entryDy=0;entryPerimeter=0;endArrow=none;endFill=0;" target="wTqorihzlgi-Jc94d4TM-8">
          <mxGeometry relative="1" as="geometry" />
        </mxCell>
        <mxCell id="wTqorihzlgi-Jc94d4TM-125" connectable="0" parent="wTqorihzlgi-Jc94d4TM-124" style="edgeLabel;html=1;align=center;verticalAlign=middle;resizable=0;points=[];" value="&lt;font style=&quot;font-size: 12px;&quot;&gt;Organizzatore&lt;/font&gt;&lt;div&gt;&lt;font style=&quot;font-size: 12px;&quot;&gt;(0,N)&lt;/font&gt;&lt;/div&gt;" vertex="1">
          <mxGeometry relative="1" x="-0.0896" as="geometry">
            <mxPoint as="offset" />
          </mxGeometry>
        </mxCell>
        <mxCell id="wTqorihzlgi-Jc94d4TM-153" parent="1" style="shape=table;startSize=30;container=1;collapsible=1;childLayout=tableLayout;fixedRows=1;rowLines=0;fontStyle=1;align=center;resizeLast=1;html=1;whiteSpace=wrap;" value="Messaggio" vertex="1">
          <mxGeometry height="210" width="180" x="310" y="218" as="geometry" />
        </mxCell>
        <mxCell id="wTqorihzlgi-Jc94d4TM-154" parent="wTqorihzlgi-Jc94d4TM-153" style="shape=tableRow;horizontal=0;startSize=0;swimlaneHead=0;swimlaneBody=0;fillColor=none;collapsible=0;dropTarget=0;points=[[0,0.5],[1,0.5]];portConstraint=eastwest;top=0;left=0;right=0;bottom=0;html=1;" value="" vertex="1">
          <mxGeometry height="60" width="180" y="30" as="geometry" />
        </mxCell>
        <mxCell id="wTqorihzlgi-Jc94d4TM-155" parent="wTqorihzlgi-Jc94d4TM-154" style="shape=partialRectangle;connectable=0;fillColor=none;top=0;left=0;bottom=0;right=0;fontStyle=1;overflow=hidden;html=1;whiteSpace=wrap;" value="&lt;div&gt;PK&lt;/div&gt;&lt;div&gt;&lt;br&gt;&lt;/div&gt;PK,FK1" vertex="1">
          <mxGeometry height="60" width="60" as="geometry">
            <mxRectangle height="60" width="60" as="alternateBounds" />
          </mxGeometry>
        </mxCell>
        <mxCell id="wTqorihzlgi-Jc94d4TM-156" parent="wTqorihzlgi-Jc94d4TM-154" style="shape=partialRectangle;connectable=0;fillColor=none;top=0;left=0;bottom=0;right=0;align=left;spacingLeft=6;fontStyle=5;overflow=hidden;html=1;whiteSpace=wrap;" value="&lt;div&gt;ID&lt;/div&gt;&lt;div&gt;&lt;br&gt;&lt;/div&gt;Evento.ID" vertex="1">
          <mxGeometry height="60" width="120" x="60" as="geometry">
            <mxRectangle height="60" width="120" as="alternateBounds" />
          </mxGeometry>
        </mxCell>
        <mxCell id="wTqorihzlgi-Jc94d4TM-157" parent="wTqorihzlgi-Jc94d4TM-153" style="shape=tableRow;horizontal=0;startSize=0;swimlaneHead=0;swimlaneBody=0;fillColor=none;collapsible=0;dropTarget=0;points=[[0,0.5],[1,0.5]];portConstraint=eastwest;top=0;left=0;right=0;bottom=1;html=1;" value="" vertex="1">
          <mxGeometry height="30" width="180" y="90" as="geometry" />
        </mxCell>
        <mxCell id="wTqorihzlgi-Jc94d4TM-158" parent="wTqorihzlgi-Jc94d4TM-157" style="shape=partialRectangle;connectable=0;fillColor=none;top=0;left=0;bottom=0;right=0;fontStyle=1;overflow=hidden;html=1;whiteSpace=wrap;" value="PK,FK2" vertex="1">
          <mxGeometry height="30" width="60" as="geometry">
            <mxRectangle height="30" width="60" as="alternateBounds" />
          </mxGeometry>
        </mxCell>
        <mxCell id="wTqorihzlgi-Jc94d4TM-159" parent="wTqorihzlgi-Jc94d4TM-157" style="shape=partialRectangle;connectable=0;fillColor=none;top=0;left=0;bottom=0;right=0;align=left;spacingLeft=6;fontStyle=5;overflow=hidden;html=1;whiteSpace=wrap;" value="Utente.ID" vertex="1">
          <mxGeometry height="30" width="120" x="60" as="geometry">
            <mxRectangle height="30" width="120" as="alternateBounds" />
          </mxGeometry>
        </mxCell>
        <mxCell id="wTqorihzlgi-Jc94d4TM-160" parent="wTqorihzlgi-Jc94d4TM-153" style="shape=tableRow;horizontal=0;startSize=0;swimlaneHead=0;swimlaneBody=0;fillColor=none;collapsible=0;dropTarget=0;points=[[0,0.5],[1,0.5]];portConstraint=eastwest;top=0;left=0;right=0;bottom=0;html=1;" value="" vertex="1">
          <mxGeometry height="90" width="180" y="120" as="geometry" />
        </mxCell>
        <mxCell id="wTqorihzlgi-Jc94d4TM-161" parent="wTqorihzlgi-Jc94d4TM-160" style="shape=partialRectangle;connectable=0;fillColor=none;top=0;left=0;bottom=0;right=0;editable=1;overflow=hidden;html=1;whiteSpace=wrap;" value="" vertex="1">
          <mxGeometry height="90" width="60" as="geometry">
            <mxRectangle height="90" width="60" as="alternateBounds" />
          </mxGeometry>
        </mxCell>
        <mxCell id="wTqorihzlgi-Jc94d4TM-162" parent="wTqorihzlgi-Jc94d4TM-160" style="shape=partialRectangle;connectable=0;fillColor=none;top=0;left=0;bottom=0;right=0;align=left;spacingLeft=6;overflow=hidden;html=1;whiteSpace=wrap;" value="Testo&lt;div&gt;&lt;br&gt;&lt;/div&gt;&lt;div&gt;Data&lt;br&gt;&lt;br&gt;Orario&lt;/div&gt;" vertex="1">
          <mxGeometry height="90" width="120" x="60" as="geometry">
            <mxRectangle height="90" width="120" as="alternateBounds" />
          </mxGeometry>
        </mxCell>
        <mxCell id="wTqorihzlgi-Jc94d4TM-178" edge="1" parent="1" source="wTqorihzlgi-Jc94d4TM-176" style="edgeStyle=orthogonalEdgeStyle;rounded=0;orthogonalLoop=1;jettySize=auto;html=1;exitX=0.5;exitY=1;exitDx=0;exitDy=0;entryX=0.5;entryY=0;entryDx=0;entryDy=0;endArrow=none;endFill=0;" target="wTqorihzlgi-Jc94d4TM-153">
          <mxGeometry relative="1" as="geometry">
            <mxPoint x="400" y="152" as="sourcePoint" />
          </mxGeometry>
        </mxCell>
        <mxCell id="wTqorihzlgi-Jc94d4TM-199" connectable="0" parent="wTqorihzlgi-Jc94d4TM-178" style="edgeLabel;html=1;align=center;verticalAlign=middle;resizable=0;points=[];" value="&lt;font style=&quot;font-size: 12px;&quot;&gt;(0,N)&lt;/font&gt;" vertex="1">
          <mxGeometry relative="1" x="-0.0303" as="geometry">
            <mxPoint as="offset" />
          </mxGeometry>
        </mxCell>
        <mxCell id="wTqorihzlgi-Jc94d4TM-176" parent="1" style="shape=rhombus;perimeter=rhombusPerimeter;whiteSpace=wrap;html=1;align=center;" value="Invia" vertex="1">
          <mxGeometry height="60" width="120" x="340" y="74" as="geometry" />
        </mxCell>
        <mxCell id="wTqorihzlgi-Jc94d4TM-177" edge="1" parent="1" source="wTqorihzlgi-Jc94d4TM-5" style="edgeStyle=orthogonalEdgeStyle;rounded=0;orthogonalLoop=1;jettySize=auto;html=1;exitX=1;exitY=0.5;exitDx=0;exitDy=0;entryX=0.5;entryY=0;entryDx=0;entryDy=0;endArrow=none;endFill=0;" target="wTqorihzlgi-Jc94d4TM-176">
          <mxGeometry relative="1" as="geometry" />
        </mxCell>
-         <mxCell id="wTqorihzlgi-Jc94d4TM-198" connectable="0" parent="wTqorihzlgi-Jc94d4TM-177" style="edgeLabel;html=1;align=center;verticalAlign=middle;resizable=0;points=[];" value="&lt;font style=&quot;font-size: 12px;&quot;&gt;(0,N)&lt;/font&gt;" vertex="1">
+         <mxCell id="wTqorihzlgi-Jc94d4TM-198" connectable="0" parent="wTqorihzlgi-Jc94d4TM-177" style="edgeLabel;html=1;align=center;verticalAlign=middle;resizable=0;points=[];" value="&lt;font style=&quot;font-size: 12px;&quot;&gt;(1,1)&lt;/font&gt;" vertex="1">
          <mxGeometry relative="1" x="0.4347" y="1" as="geometry">
            <mxPoint as="offset" />
          </mxGeometry>
        </mxCell>
        <mxCell id="wTqorihzlgi-Jc94d4TM-181" parent="1" style="shape=rhombus;perimeter=rhombusPerimeter;whiteSpace=wrap;html=1;align=center;" value="Chat" vertex="1">
          <mxGeometry height="60" width="120" x="110" y="282" as="geometry" />
        </mxCell>
        <mxCell id="wTqorihzlgi-Jc94d4TM-185" edge="1" parent="1" style="edgeStyle=orthogonalEdgeStyle;rounded=0;orthogonalLoop=1;jettySize=auto;html=1;exitX=1;exitY=0.5;exitDx=0;exitDy=0;entryX=0.001;entryY=0.116;entryDx=0;entryDy=0;entryPerimeter=0;endArrow=none;endFill=0;">
          <mxGeometry relative="1" as="geometry">
            <mxPoint x="230" y="312" as="sourcePoint" />
            <mxPoint x="310.1800000000003" y="311.48" as="targetPoint" />
          </mxGeometry>
        </mxCell>
        <mxCell id="wTqorihzlgi-Jc94d4TM-201" connectable="0" parent="wTqorihzlgi-Jc94d4TM-185" style="edgeLabel;html=1;align=center;verticalAlign=middle;resizable=0;points=[];" value="&lt;font style=&quot;font-size: 12px;&quot;&gt;(0,N)&lt;/font&gt;" vertex="1">
          <mxGeometry relative="1" x="-0.0168" y="1" as="geometry">
            <mxPoint as="offset" />
          </mxGeometry>
        </mxCell>
        <mxCell id="wTqorihzlgi-Jc94d4TM-187" edge="1" parent="1" source="wTqorihzlgi-Jc94d4TM-181" style="edgeStyle=orthogonalEdgeStyle;rounded=0;orthogonalLoop=1;jettySize=auto;html=1;exitX=0;exitY=0.5;exitDx=0;exitDy=0;entryX=1.006;entryY=0.457;entryDx=0;entryDy=0;entryPerimeter=0;endArrow=none;endFill=0;" target="wTqorihzlgi-Jc94d4TM-65">
          <mxGeometry relative="1" as="geometry" />
        </mxCell>
        <mxCell id="wTqorihzlgi-Jc94d4TM-200" connectable="0" parent="wTqorihzlgi-Jc94d4TM-187" style="edgeLabel;html=1;align=center;verticalAlign=middle;resizable=0;points=[];" value="&lt;font style=&quot;font-size: 12px;&quot;&gt;(1,1)&lt;/font&gt;" vertex="1">
          <mxGeometry relative="1" x="-0.1141" y="2" as="geometry">
            <mxPoint x="-1" as="offset" />
          </mxGeometry>
        </mxCell>
      </root>
    </mxGraphModel>
  </diagram>
</mxfile>
